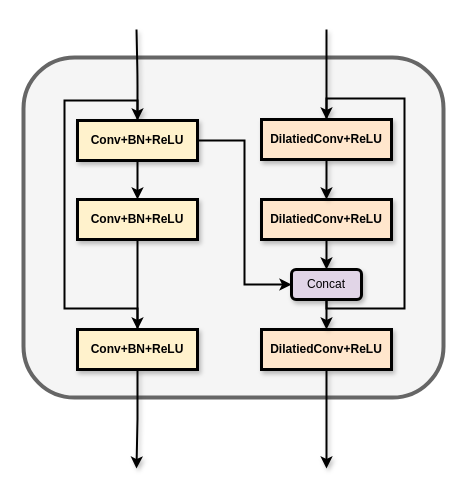
Earlier version of the draw.io diagram Asymmetric_Cross_Path/a_crosspath.drawio (KopiSoftware/draw_cc_cloud). Source tidied: cells renumbered, new cells numbered last; positions are measured from the earlier drawing's top-left corner, leaving out a move shared by most shapes. Both pictures are drawn from the tidied source at 100%, with x=0, y=0 at pixel (23, 29).
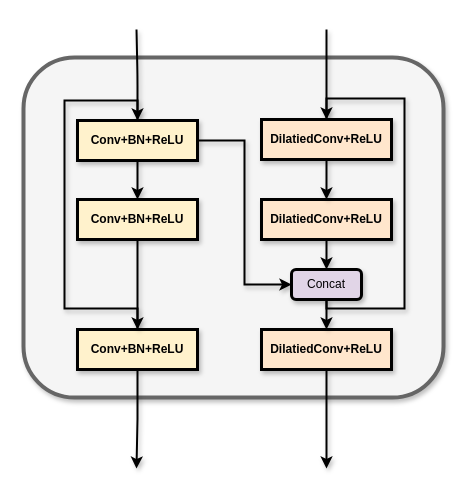
Above is the later version.

Unchanged cells that the change refers to:
```xml
<mxCell id="7" value="&lt;b&gt;Conv+BN+ReLU&lt;/b&gt;" style="rounded=0;whiteSpace=wrap;html=1;fillColor=#fff2cc;strokeColor=#000000;strokeWidth=3;shadow=1;" parent="1" vertex="1">
  <mxGeometry x="54" y="91" width="120" height="40" as="geometry" />
</mxCell>
<mxCell id="9" value="&lt;b style=&quot;border-color: var(--border-color);&quot;&gt;Conv+BN+ReLU&lt;/b&gt;" style="rounded=0;whiteSpace=wrap;html=1;fillColor=#fff2cc;strokeColor=#000000;strokeWidth=3;shadow=1;" parent="1" vertex="1">
  <mxGeometry x="54" y="300" width="120" height="40" as="geometry" />
</mxCell>
<mxCell id="19" value="Concat" style="rounded=1;whiteSpace=wrap;html=1;strokeWidth=3;shadow=1;fillColor=#e1d5e7;strokeColor=#000000;" parent="1" vertex="1">
  <mxGeometry x="268" y="240" width="70" height="30" as="geometry" />
</mxCell>
<mxCell id="21" value="&lt;b&gt;Conv+BN+ReLU&lt;/b&gt;" style="rounded=0;whiteSpace=wrap;html=1;fillColor=#fff2cc;strokeColor=#000000;strokeWidth=3;shadow=1;" parent="1" vertex="1">
  <mxGeometry x="54" y="170" width="120" height="40" as="geometry" />
</mxCell>
```

The edit, as a diff of the source:
```diff
@@
-    <mxCell id="2" style="rounded=1;whiteSpace=wrap;html=1;fillColor=#f5f5f5;strokeColor=#666666;strokeWidth=4;fontColor=#333333;" parent="1" vertex="1">
+    <mxCell id="2" style="rounded=1;whiteSpace=wrap;html=1;fillColor=#f5f5f5;strokeColor=#666666;strokeWidth=4;fontColor=#333333;shadow=1;" parent="1" vertex="1">
       <mxGeometry y="28" width="420" height="340" as="geometry" />
     </mxCell>
@@
-    <mxCell id="4" style="edgeStyle=orthogonalEdgeStyle;rounded=0;jettySize=auto;html=1;entryX=0;entryY=0.5;entryDx=0;entryDy=0;strokeWidth=2;" parent="1" edge="1" source="7" target="19">
+    <mxCell id="4" style="edgeStyle=orthogonalEdgeStyle;rounded=0;jettySize=auto;html=1;entryX=0;entryY=0.5;entryDx=0;entryDy=0;strokeWidth=2;shadow=1;" parent="1" edge="1" source="7" target="19">
       <mxGeometry relative="1" as="geometry" />
     </mxCell>
-    <mxCell id="5" style="edgeStyle=orthogonalEdgeStyle;rounded=0;jettySize=auto;html=1;entryX=0.5;entryY=0;entryDx=0;entryDy=0;strokeWidth=2;" parent="1" edge="1" source="7" target="21">
+    <mxCell id="5" style="edgeStyle=orthogonalEdgeStyle;rounded=0;jettySize=auto;html=1;entryX=0.5;entryY=0;entryDx=0;entryDy=0;strokeWidth=2;shadow=1;" parent="1" edge="1" source="7" target="21">
       <mxGeometry relative="1" as="geometry" />
     </mxCell>
-    <mxCell id="6" style="edgeStyle=orthogonalEdgeStyle;rounded=0;jettySize=auto;html=1;exitX=0.5;exitY=0;exitDx=0;exitDy=0;entryX=0.5;entryY=0;entryDx=0;entryDy=0;strokeWidth=2;endArrow=none;endFill=0;" parent="1" edge="1" source="7" target="9">
+    <mxCell id="6" style="edgeStyle=orthogonalEdgeStyle;rounded=0;jettySize=auto;html=1;exitX=0.5;exitY=0;exitDx=0;exitDy=0;entryX=0.5;entryY=0;entryDx=0;entryDy=0;strokeWidth=2;endArrow=none;endFill=0;shadow=1;" parent="1" edge="1" source="7" target="9">
       <mxGeometry relative="1" as="geometry">
         <Array as="points">
           <mxPoint x="114" y="71" />
           <mxPoint x="41" y="71" />
           <mxPoint x="41" y="279" />
           <mxPoint x="114" y="279" />
         </Array>
       </mxGeometry>
     </mxCell>
@@
-    <mxCell id="16" style="edgeStyle=orthogonalEdgeStyle;rounded=0;jettySize=auto;html=1;entryX=0.5;entryY=1;entryDx=0;entryDy=0;strokeWidth=2;endArrow=none;endFill=0;" parent="1" edge="1" target="19">
+    <mxCell id="16" style="edgeStyle=orthogonalEdgeStyle;rounded=0;jettySize=auto;html=1;entryX=0.5;entryY=1;entryDx=0;entryDy=0;strokeWidth=2;endArrow=none;endFill=0;shadow=1;" parent="1" edge="1" target="19">
       <mxGeometry relative="1" as="geometry">
         <mxPoint x="303" y="89" as="sourcePoint" />
         <Array as="points">
           <mxPoint x="303" y="69" />
           <mxPoint x="381" y="69" />
           <mxPoint x="381" y="279" />
           <mxPoint x="303" y="279" />
         </Array>
       </mxGeometry>
     </mxCell>
@@
-    <mxCell id="20" style="edgeStyle=orthogonalEdgeStyle;rounded=0;jettySize=auto;html=1;entryX=0.5;entryY=0;entryDx=0;entryDy=0;strokeWidth=2;" parent="1" edge="1" source="21" target="9">
+    <mxCell id="20" style="edgeStyle=orthogonalEdgeStyle;rounded=0;jettySize=auto;html=1;entryX=0.5;entryY=0;entryDx=0;entryDy=0;strokeWidth=2;shadow=1;" parent="1" edge="1" source="21" target="9">
       <mxGeometry relative="1" as="geometry" />
     </mxCell>
```
